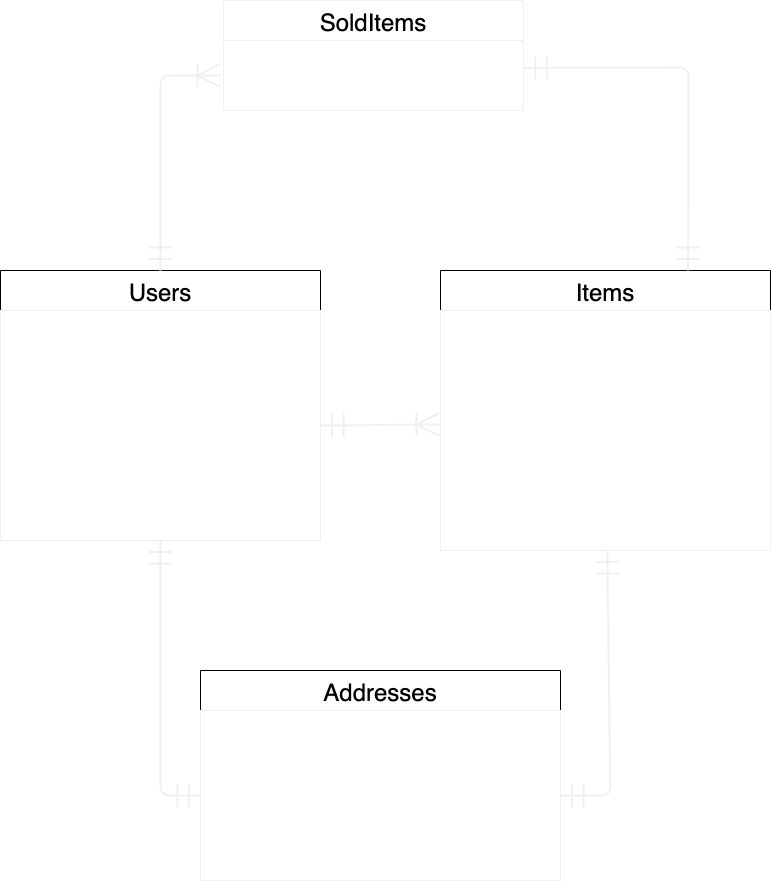
Earlier version of the draw.io export er.drawio.png (TMY-GH/furima-36095). Source tidied: cells renumbered, new cells last; positions are measured from the earlier drawing's top-left corner, leaving out a move shared by most shapes.
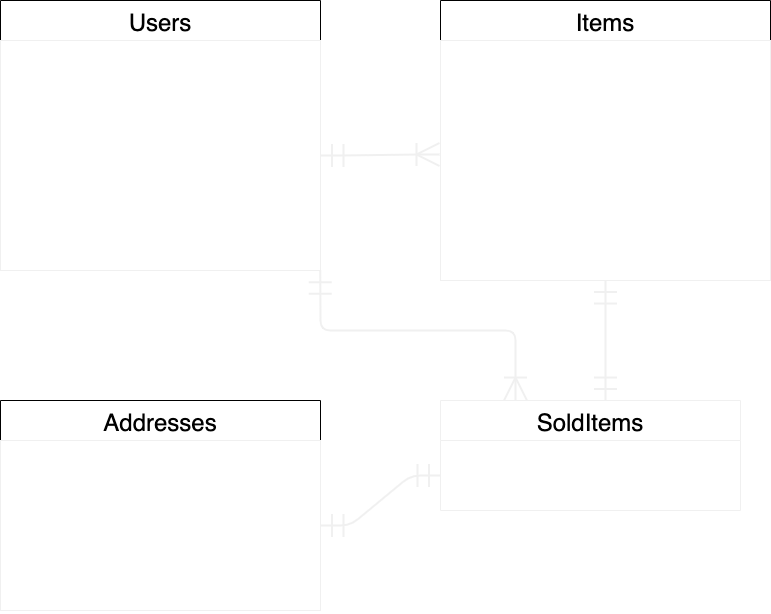
The same diagram one commit later.

Commit message:
アソシエーションの修正

Diff of the diagram source:
```diff
@@ -15,48 +15,34 @@
       <mxGeometry y="40" width="330" height="240" as="geometry" />
     </mxCell>
     <mxCell id="6" value="Addresses" style="swimlane;fontStyle=0;horizontal=1;startSize=40;align=center;fontSize=24;" parent="1" vertex="1">
-      <mxGeometry x="200" y="670" width="360" height="210" as="geometry" />
+      <mxGeometry y="670" width="320" height="210" as="geometry" />
     </mxCell>
     <mxCell id="7" value="- post_number&#10;- prefecture_id&#10;- city&#10;- addresses&#10;- building&#10;- phone_number" style="text;fillColor=none;spacingLeft=4;spacingRight=4;overflow=hidden;points=[[0,0.5],[1,0.5]];portConstraint=eastwest;fontSize=20;fontColor=#FFFFFF;strokeColor=#f0f0f0;" parent="6" vertex="1">
-      <mxGeometry y="40" width="360" height="170" as="geometry" />
+      <mxGeometry y="40" width="320" height="170" as="geometry" />
     </mxCell>
-    <mxCell id="8" style="fontSize=12;html=1;endArrow=ERmandOne;startArrow=ERmandOne;startSize=20;endSize=20;sourcePerimeterSpacing=0;targetPerimeterSpacing=0;strokeColor=#f0f0f0;strokeWidth=2;exitX=1;exitY=0.5;exitDx=0;exitDy=0;" parent="1" edge="1" source="7" target="5">
-      <mxGeometry relative="1" as="geometry">
-        <Array as="points">
-          <mxPoint x="610" y="795" />
-        </Array>
-      </mxGeometry>
-    </mxCell>
     <mxCell id="9" style="edgeStyle=entityRelationEdgeStyle;fontSize=12;html=1;endArrow=ERoneToMany;startArrow=ERmandOne;startSize=20;endSize=20;sourcePerimeterSpacing=0;targetPerimeterSpacing=0;strokeColor=#f0f0f0;strokeWidth=2;exitX=1;exitY=0.5;exitDx=0;exitDy=0;entryX=-0.003;entryY=0.475;entryDx=0;entryDy=0;entryPerimeter=0;" parent="1" edge="1" source="3" target="5">
       <mxGeometry relative="1" as="geometry" />
     </mxCell>
-    <mxCell id="10" style="fontSize=12;html=1;endArrow=ERmandOne;startArrow=ERmandOne;startSize=20;endSize=20;sourcePerimeterSpacing=0;targetPerimeterSpacing=0;strokeColor=#f0f0f0;strokeWidth=2;exitX=0;exitY=0.5;exitDx=0;exitDy=0;" parent="1" edge="1" source="7" target="3">
-      <mxGeometry relative="1" as="geometry">
-        <Array as="points">
-          <mxPoint x="160" y="795" />
-        </Array>
-      </mxGeometry>
-    </mxCell>
     <mxCell id="11" value="SoldItems" style="swimlane;fontStyle=0;horizontal=1;startSize=40;align=center;fontSize=24;strokeColor=#f0f0f0;fontColor=#000000;" parent="1" vertex="1">
-      <mxGeometry x="223" width="300" height="110" as="geometry" />
+      <mxGeometry x="440" y="670" width="300" height="110" as="geometry" />
     </mxCell>
     <mxCell id="12" value="&lt;font style=&quot;font-size: 20px&quot;&gt;&amp;nbsp;- user&lt;br&gt;&amp;nbsp;- item&lt;/font&gt;" style="text;html=1;align=left;verticalAlign=middle;points=[];strokeColor=none;fontSize=24;fontColor=#FFFFFF;" parent="11" vertex="1">
       <mxGeometry y="40" width="300" height="70" as="geometry" />
     </mxCell>
-    <mxCell id="13" style="fontSize=12;html=1;endArrow=ERoneToMany;startArrow=ERmandOne;fontColor=#FFFFFF;startSize=20;endSize=20;sourcePerimeterSpacing=0;targetPerimeterSpacing=0;strokeColor=#f0f0f0;strokeWidth=2;exitX=0.5;exitY=0;exitDx=0;exitDy=0;" parent="1" edge="1" source="2">
-      <mxGeometry relative="1" as="geometry">
-        <mxPoint x="220" y="75" as="targetPoint" />
-        <Array as="points">
-          <mxPoint x="160" y="75" />
-        </Array>
-      </mxGeometry>
-    </mxCell>
-    <mxCell id="14" style="fontSize=12;html=1;endArrow=ERmandOne;startArrow=ERmandOne;fontColor=#FFFFFF;startSize=20;endSize=20;sourcePerimeterSpacing=0;targetPerimeterSpacing=0;strokeColor=#f0f0f0;strokeWidth=2;exitX=0.75;exitY=0;exitDx=0;exitDy=0;entryX=1.001;entryY=0.39;entryDx=0;entryDy=0;entryPerimeter=0;" parent="1" edge="1" source="4" target="12">
-      <mxGeometry relative="1" as="geometry">
-        <Array as="points">
-          <mxPoint x="688" y="67" />
-        </Array>
-      </mxGeometry>
+    <mxCell id="14" style="fontSize=12;html=1;endArrow=ERmandOne;startArrow=ERmandOne;fontColor=#FFFFFF;startSize=20;endSize=20;sourcePerimeterSpacing=0;targetPerimeterSpacing=0;strokeColor=#f0f0f0;strokeWidth=2;entryX=0.55;entryY=0;entryDx=0;entryDy=0;entryPerimeter=0;" parent="1" edge="1" source="5" target="11">
+      <mxGeometry relative="1" as="geometry" />
     </mxCell>
+    <mxCell id="15" style="edgeStyle=entityRelationEdgeStyle;fontSize=12;html=1;endArrow=ERmandOne;startArrow=ERmandOne;fontColor=#000000;startSize=20;endSize=20;sourcePerimeterSpacing=0;targetPerimeterSpacing=0;strokeColor=#f0f0f0;strokeWidth=2;exitX=1;exitY=0.5;exitDx=0;exitDy=0;" parent="1" edge="1" source="7" target="12">
+      <mxGeometry relative="1" as="geometry" />
+    </mxCell>
+    <mxCell id="16" style="fontSize=12;html=1;endArrow=ERoneToMany;startArrow=ERmandOne;fontColor=#000000;startSize=20;endSize=20;sourcePerimeterSpacing=0;targetPerimeterSpacing=0;strokeColor=#f0f0f0;strokeWidth=2;exitX=0.999;exitY=1.001;exitDx=0;exitDy=0;exitPerimeter=0;entryX=0.25;entryY=0;entryDx=0;entryDy=0;" parent="1" edge="1" source="3" target="11">
+      <mxGeometry relative="1" as="geometry">
+        <Array as="points">
+          <mxPoint x="320" y="600" />
+          <mxPoint x="420" y="600" />
+          <mxPoint x="515" y="600" />
+        </Array>
+      </mxGeometry>
+    </mxCell>
   </root>
 </mxGraphModel>
```
